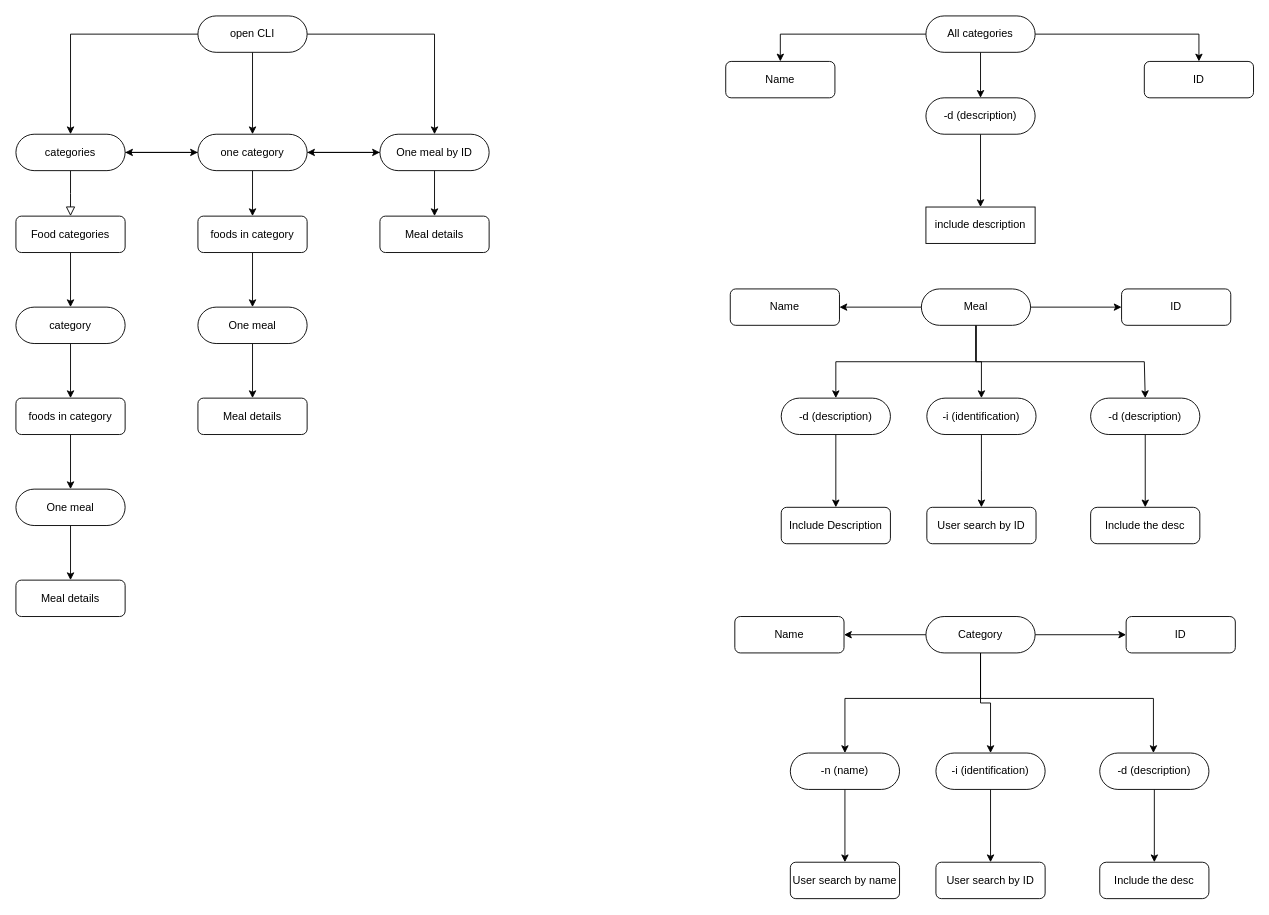
Earlier version of the draw.io diagram MealDB-CLI-Flow.drawio (maxorozco213/MealDB-Search). Source tidied: cells renumbered, new cells numbered last; positions are measured from the earlier drawing's top-left corner, leaving out a move shared by most shapes. Both pictures are drawn from the tidied source at 91%, with x=0, y=0 at pixel (15, 15).
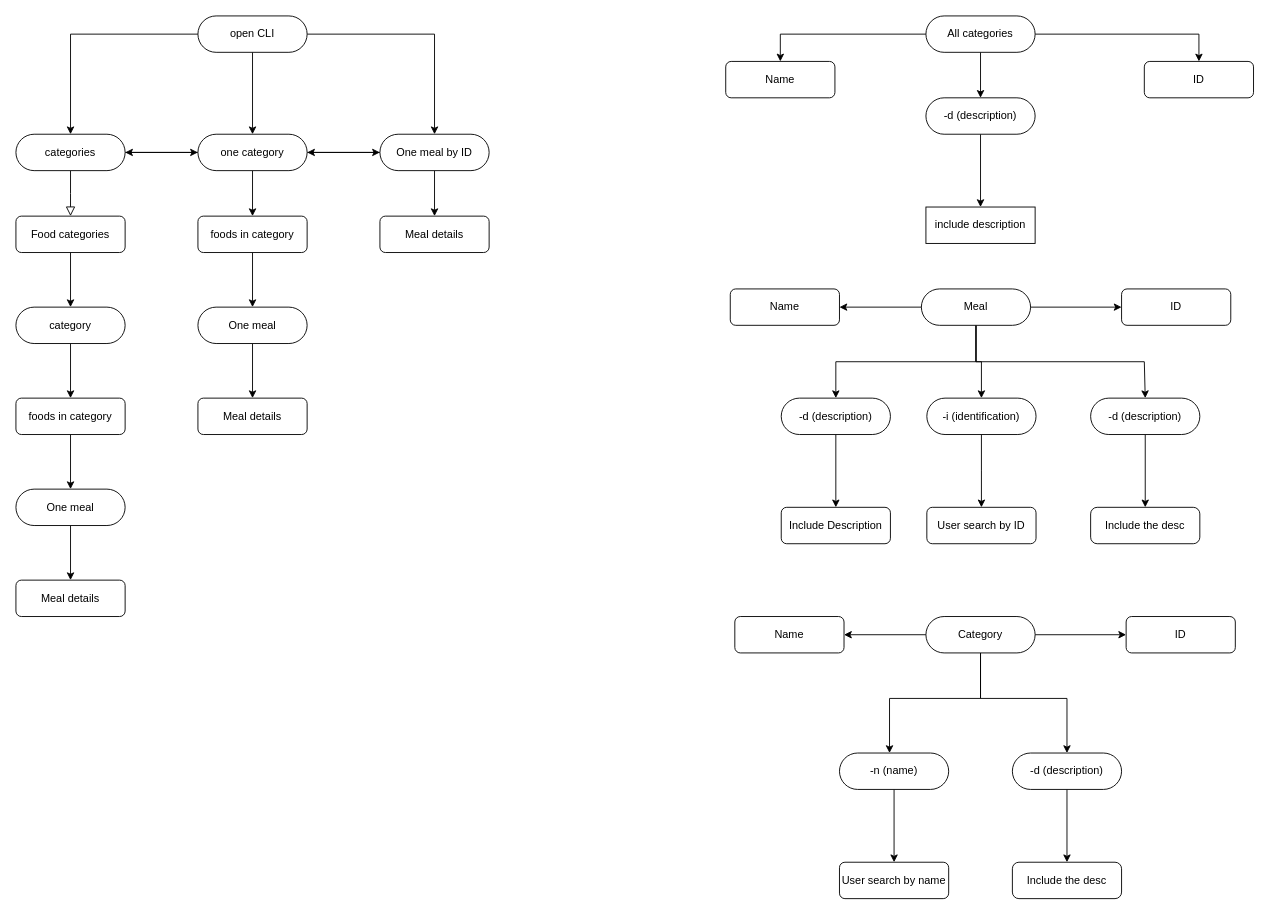
After the change.

Commit message (it also covers changes not shown here):
Added updated data flow diagram

Unchanged cells that the change refers to:
```xml
<mxCell id="59" value="Category" style="rounded=1;whiteSpace=wrap;html=1;fontSize=12;glass=0;strokeWidth=1;shadow=0;arcSize=50;" parent="1" vertex="1">
  <mxGeometry x="1000" y="660" width="120" height="40" as="geometry" />
</mxCell>
```

The edit, as a diff of the source:
```diff
@@
     <mxCell id="56" style="edgeStyle=orthogonalEdgeStyle;rounded=0;jettySize=auto;html=1;" parent="1" edge="1" source="59" target="61">
       <mxGeometry relative="1" as="geometry">
         <Array as="points">
           <mxPoint x="1060" y="750" />
-          <mxPoint x="911" y="750" />
+          <mxPoint x="960" y="750" />
         </Array>
       </mxGeometry>
     </mxCell>
-    <mxCell id="57" style="edgeStyle=orthogonalEdgeStyle;rounded=0;jettySize=auto;html=1;entryX=0.5;entryY=0;entryDx=0;entryDy=0;" parent="1" edge="1" source="59" target="66">
-      <mxGeometry relative="1" as="geometry" />
-    </mxCell>
     <mxCell id="58" style="edgeStyle=orthogonalEdgeStyle;rounded=0;jettySize=auto;html=1;" parent="1" edge="1" source="59" target="68">
       <mxGeometry relative="1" as="geometry">
         <Array as="points">
           <mxPoint x="1060" y="750" />
-          <mxPoint x="1250" y="750" />
+          <mxPoint x="1155" y="750" />
         </Array>
       </mxGeometry>
     </mxCell>
@@
     <mxCell id="61" value="-n (name)" style="rounded=1;whiteSpace=wrap;html=1;fontSize=12;glass=0;strokeWidth=1;shadow=0;arcSize=50;" parent="1" vertex="1">
-      <mxGeometry x="851" y="810" width="120" height="40" as="geometry" />
+      <mxGeometry x="905" y="810" width="120" height="40" as="geometry" />
     </mxCell>
     <mxCell id="62" value="User search by name" style="rounded=1;whiteSpace=wrap;html=1;fontSize=12;glass=0;strokeWidth=1;shadow=0;" parent="1" vertex="1">
-      <mxGeometry x="851" y="930" width="120" height="40" as="geometry" />
+      <mxGeometry x="905" y="930" width="120" height="40" as="geometry" />
     </mxCell>
@@
-    <mxCell id="65" style="edgeStyle=orthogonalEdgeStyle;rounded=0;jettySize=auto;html=1;" parent="1" edge="1" source="66" target="70">
-      <mxGeometry relative="1" as="geometry" />
-    </mxCell>
-    <mxCell id="66" value="-i (identification)" style="rounded=1;whiteSpace=wrap;html=1;fontSize=12;glass=0;strokeWidth=1;shadow=0;arcSize=50;" parent="1" vertex="1">
-      <mxGeometry x="1011" y="810" width="120" height="40" as="geometry" />
-    </mxCell>
@@
     <mxCell id="68" value="-d (description)" style="rounded=1;whiteSpace=wrap;html=1;fontSize=12;glass=0;strokeWidth=1;shadow=0;arcSize=50;" parent="1" vertex="1">
-      <mxGeometry x="1191" y="810" width="120" height="40" as="geometry" />
+      <mxGeometry x="1095" y="810" width="120" height="40" as="geometry" />
     </mxCell>
     <mxCell id="69" value="Include the desc" style="rounded=1;whiteSpace=wrap;html=1;fontSize=12;glass=0;strokeWidth=1;shadow=0;arcSize=18;" parent="1" vertex="1">
-      <mxGeometry x="1191" y="930" width="120" height="40" as="geometry" />
+      <mxGeometry x="1095" y="930" width="120" height="40" as="geometry" />
     </mxCell>
-    <mxCell id="70" value="User search by ID" style="rounded=1;whiteSpace=wrap;html=1;fontSize=12;glass=0;strokeWidth=1;shadow=0;" parent="1" vertex="1">
-      <mxGeometry x="1011" y="930" width="120" height="40" as="geometry" />
-    </mxCell>
```
